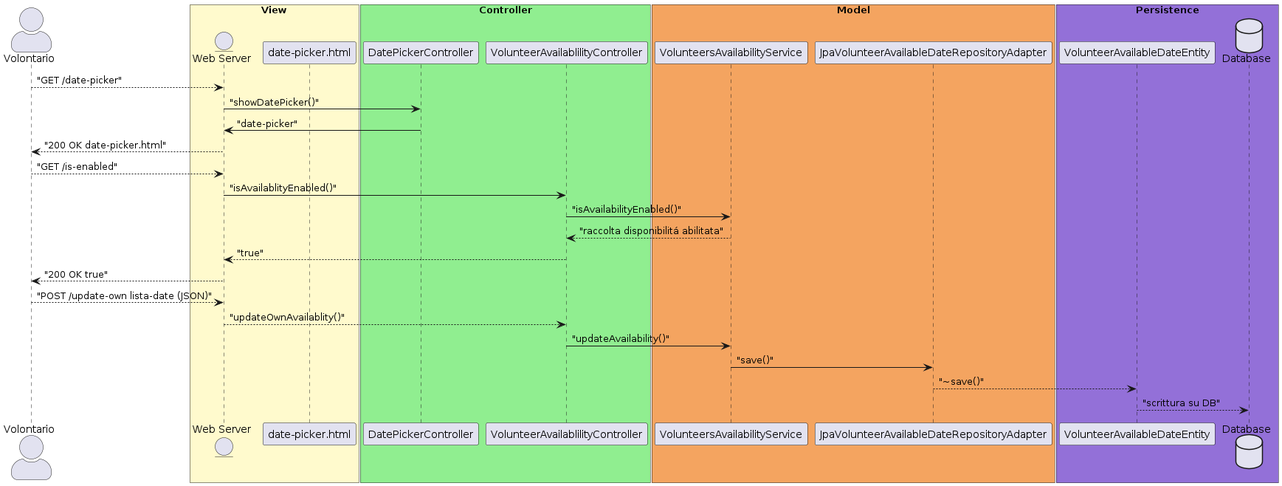
LDolzanelli/progettoIngegneria keeps this PlantUML diagram as doc/Presentazione/Diagramma_sequenza/volunteer_availabilities_ssd.png. Above is the earlier version.
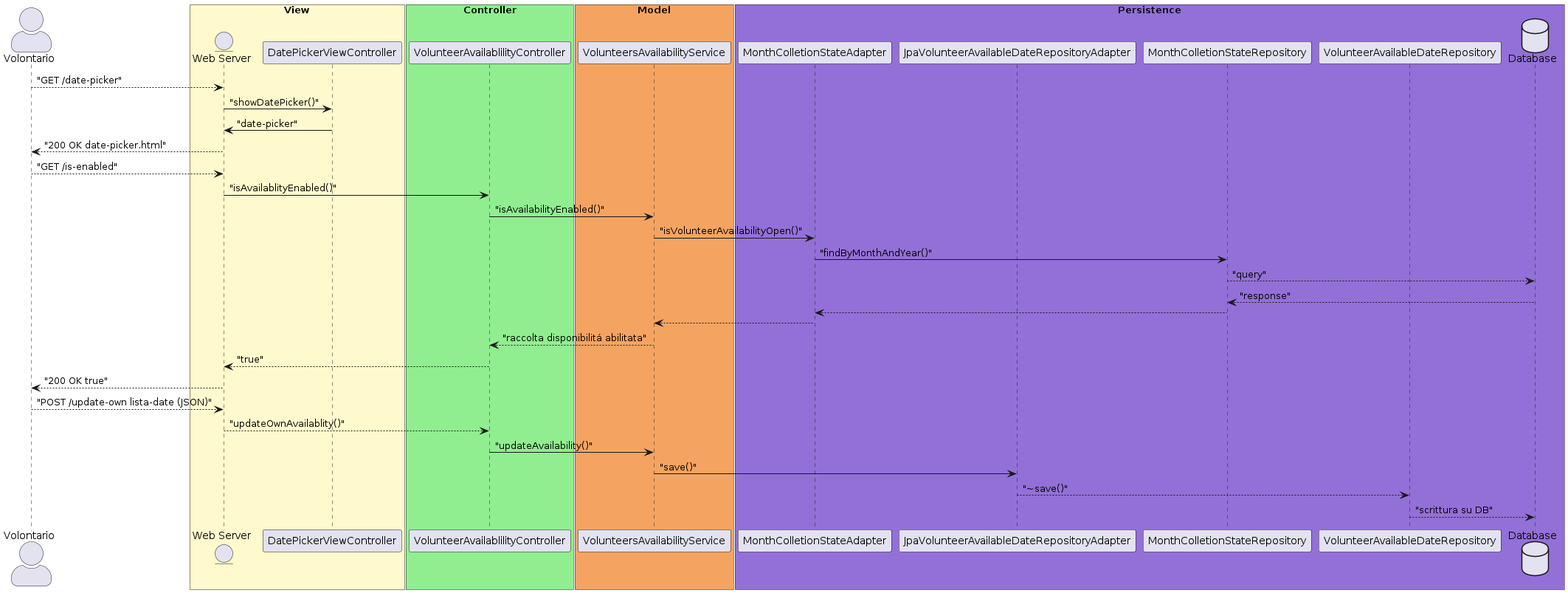
The same file after the commit.

What changed in the source:
```diff
@@ -4,19 +4,22 @@
 actor Volontario as volunteer
 box "View" #LemonChiffon
 entity "Web Server" as webServer
-participant "date-picker.html" as datepicker
+participant DatePickerViewController as dpController
 end box
 box "Controller" #lightgreen
-participant DatePickerController as dpController
+
 participant VolunteerAvailablilityController as vaController
 end box
 box "Model" #sandybrown
 participant VolunteersAvailabilityService as vaService
-participant JpaVolunteerAvailableDateRepositoryAdapter as jpadRepositoryAdapter
+
 end box
 
 box "Persistence" #mediumpurple
-participant VolunteerAvailableDateEntity as vadEntity
+participant MonthColletionStateAdapter as mcsAdapter
+participant JpaVolunteerAvailableDateRepositoryAdapter as jpadRepositoryAdapter
+participant MonthColletionStateRepository as mcsRepository
+participant VolunteerAvailableDateRepository as vadRepository
 database Database as db
 end box
 
@@ -27,13 +30,20 @@
 volunteer --> webServer : "GET /is-enabled"
 webServer -> vaController : "isAvailablityEnabled()"
 vaController -> vaService : "isAvailabilityEnabled()"
+vaService -> mcsAdapter : "isVolunteerAvailabilityOpen()"
+mcsAdapter -> mcsRepository : "findByMonthAndYear()"
+mcsRepository --> db : "query"
+db --> mcsRepository : "response"
+mcsRepository --> mcsAdapter
+mcsAdapter --> vaService
 vaService --> vaController : "raccolta disponibilitá abilitata"
 vaController --> webServer : "true"
 webServer --> volunteer : "200 OK true"
+
 volunteer --> webServer : "POST /update-own lista-date (JSON)"
 webServer --> vaController : "updateOwnAvailablity()"
 vaController -> vaService : "updateAvailability()"
 vaService -> jpadRepositoryAdapter : "save()"
-jpadRepositoryAdapter --> vadEntity : "~save()"
-vadEntity --> db : "scrittura su DB"
+jpadRepositoryAdapter --> vadRepository : "~save()"
+vadRepository --> db : "scrittura su DB"
 @enduml
```
